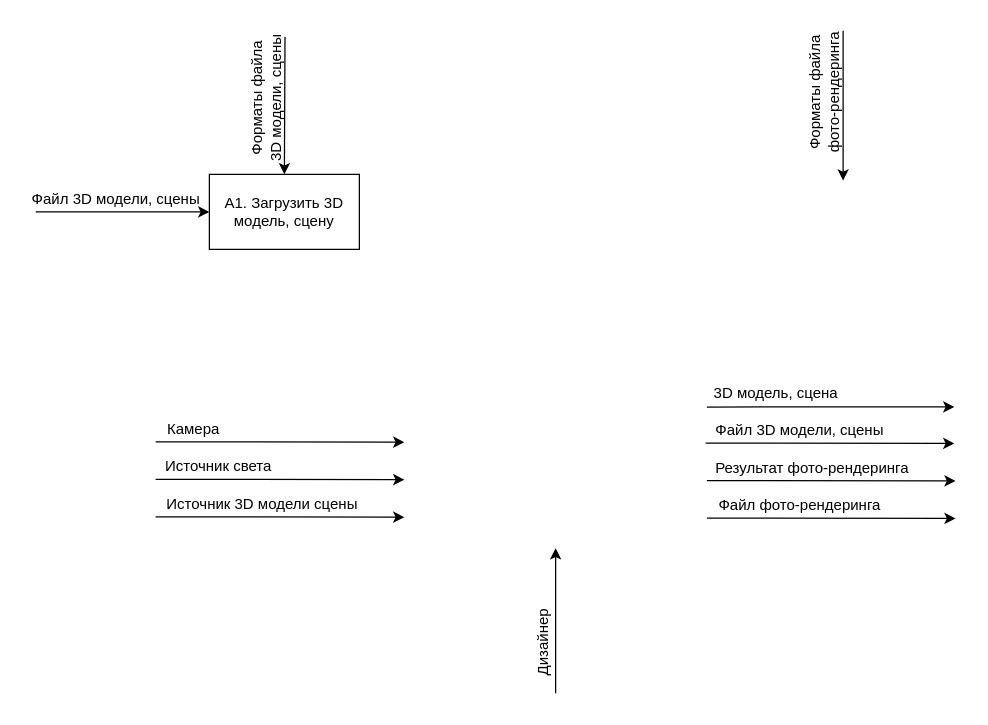
The draw.io diagram page "Уровень_1" (2 of 2) of module_2/IDEF0.drawio in SheinEA/gb_architect, before the edit. Source tidied: cells renumbered, new cells numbered last; positions are measured from the earlier drawing's top-left corner, leaving out a move shared by most shapes. Both pictures are drawn from the tidied source at 125%, with x=0, y=0 at pixel (21, 30).
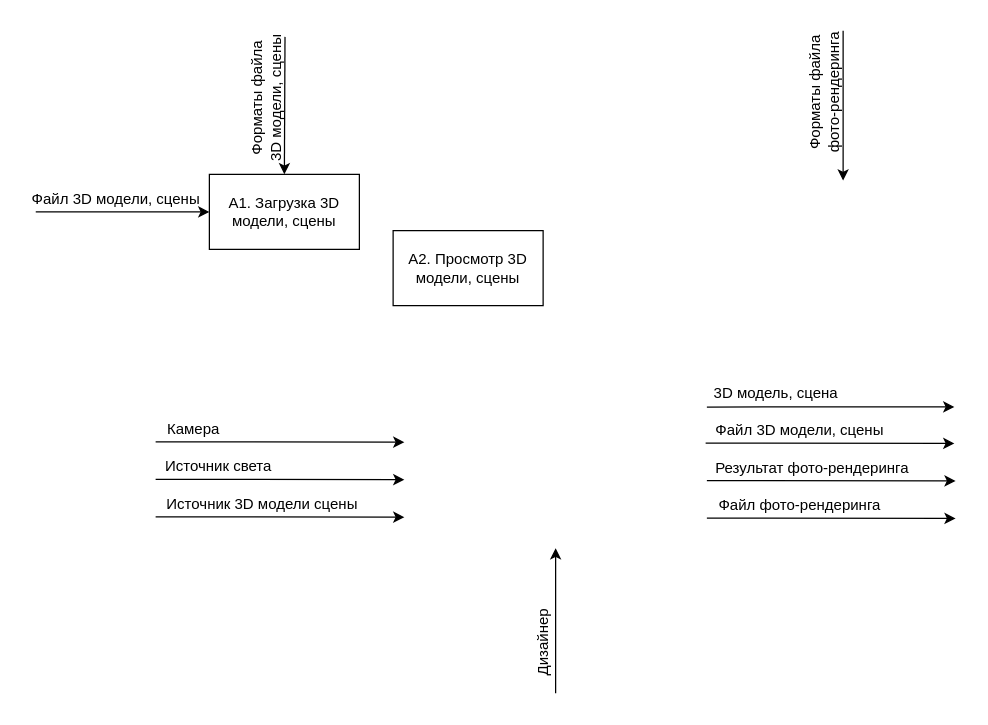
The same diagram, later.

Change to the diagram source:
```diff
@@
-    <mxCell id="24" value="&lt;span&gt;A1. Загрузить 3D модель, сцену&lt;/span&gt;" style="rounded=0;whiteSpace=wrap;html=1;" parent="1" vertex="1">
+    <mxCell id="24" value="&lt;span&gt;A1. Загрузка 3D модели, сцены&lt;/span&gt;" style="rounded=0;whiteSpace=wrap;html=1;" parent="1" vertex="1">
       <mxGeometry x="150" y="115" width="120" height="60" as="geometry" />
     </mxCell>
+    <mxCell id="25" value="&lt;span&gt;A2.&amp;nbsp;&lt;/span&gt;Просмотр 3D модели, сцены" style="rounded=0;whiteSpace=wrap;html=1;" parent="1" vertex="1">
+      <mxGeometry x="297" y="160" width="120" height="60" as="geometry" />
+    </mxCell>
```
